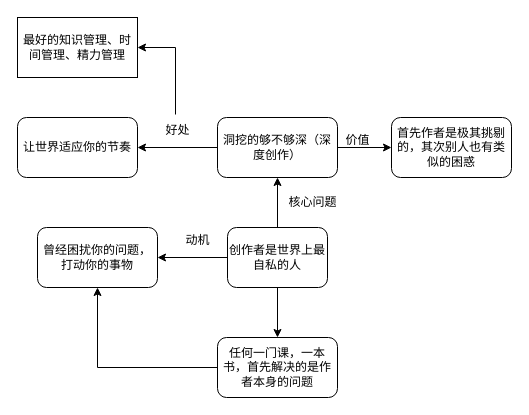
Earlier version of the draw.io diagram 未命名绘图.drawio (dds0414/drawio). Source tidied: cells renumbered, new cells numbered last; positions are measured from the earlier drawing's top-left corner, leaving out a move shared by most shapes. Both pictures are drawn from the tidied source at 100%, with x=0, y=0 at pixel (17, 17).
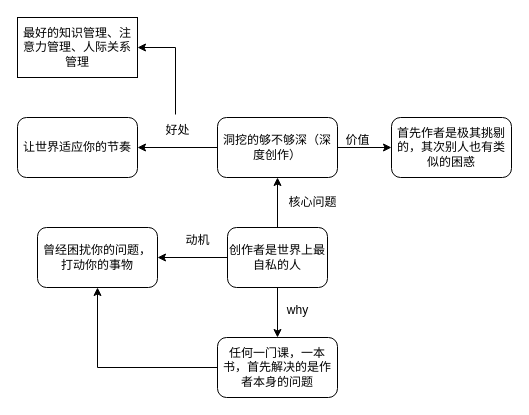
Above is the later version.

Change to the diagram source:
```diff
@@
-    <mxCell id="16" value="最好的知识管理、时间管理、精力管理" style="whiteSpace=wrap;html=1;" parent="1" vertex="1">
+    <mxCell id="16" value="最好的知识管理、注意力管理、人际关系管理" style="whiteSpace=wrap;html=1;" parent="1" vertex="1">
       <mxGeometry width="120" height="60" as="geometry" />
     </mxCell>
@@
+    <mxCell id="20" value="why" style="text;html=1;align=center;verticalAlign=middle;strokeColor=none;fillColor=none;" parent="1" vertex="1">
+      <mxGeometry x="260" y="278" width="40" height="30" as="geometry" />
+    </mxCell>
```
